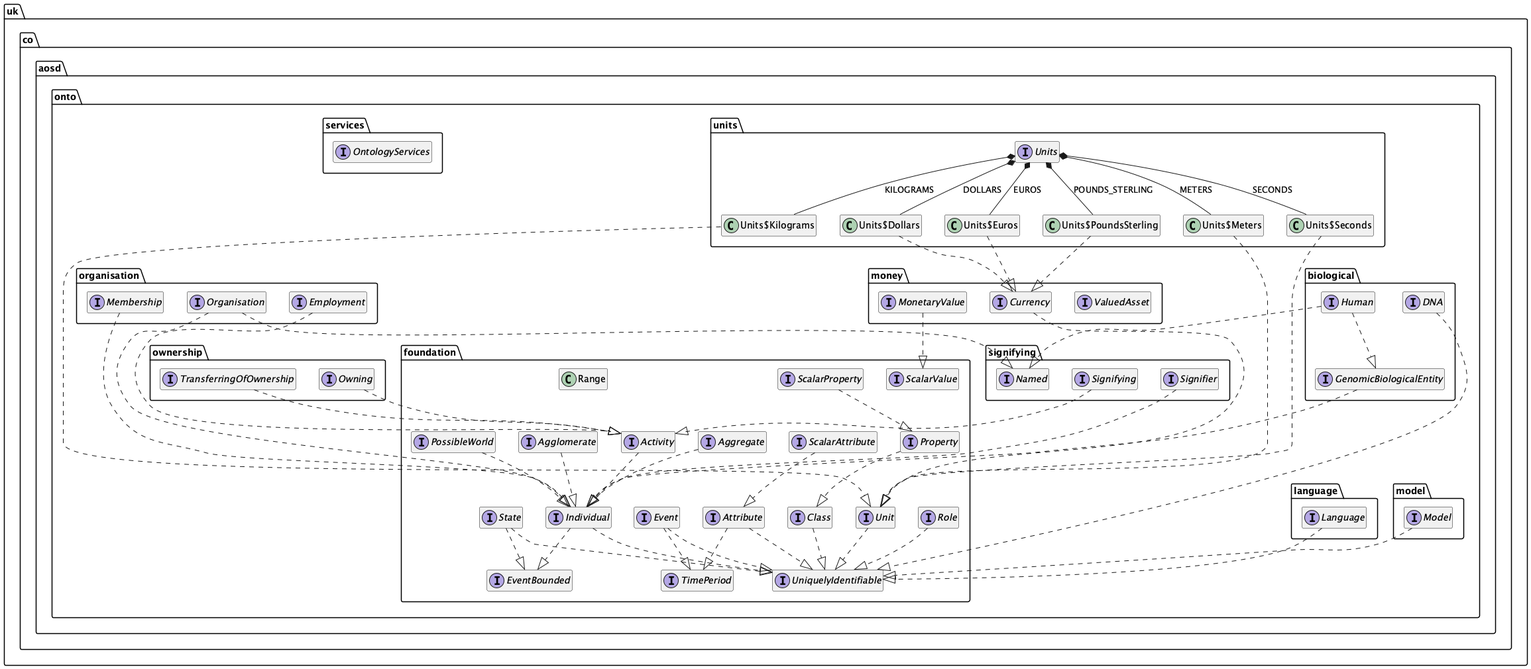
This is diagrams/uml.png from twalmsley/FoundationOntology, a PlantUML export, as it was before one commit.
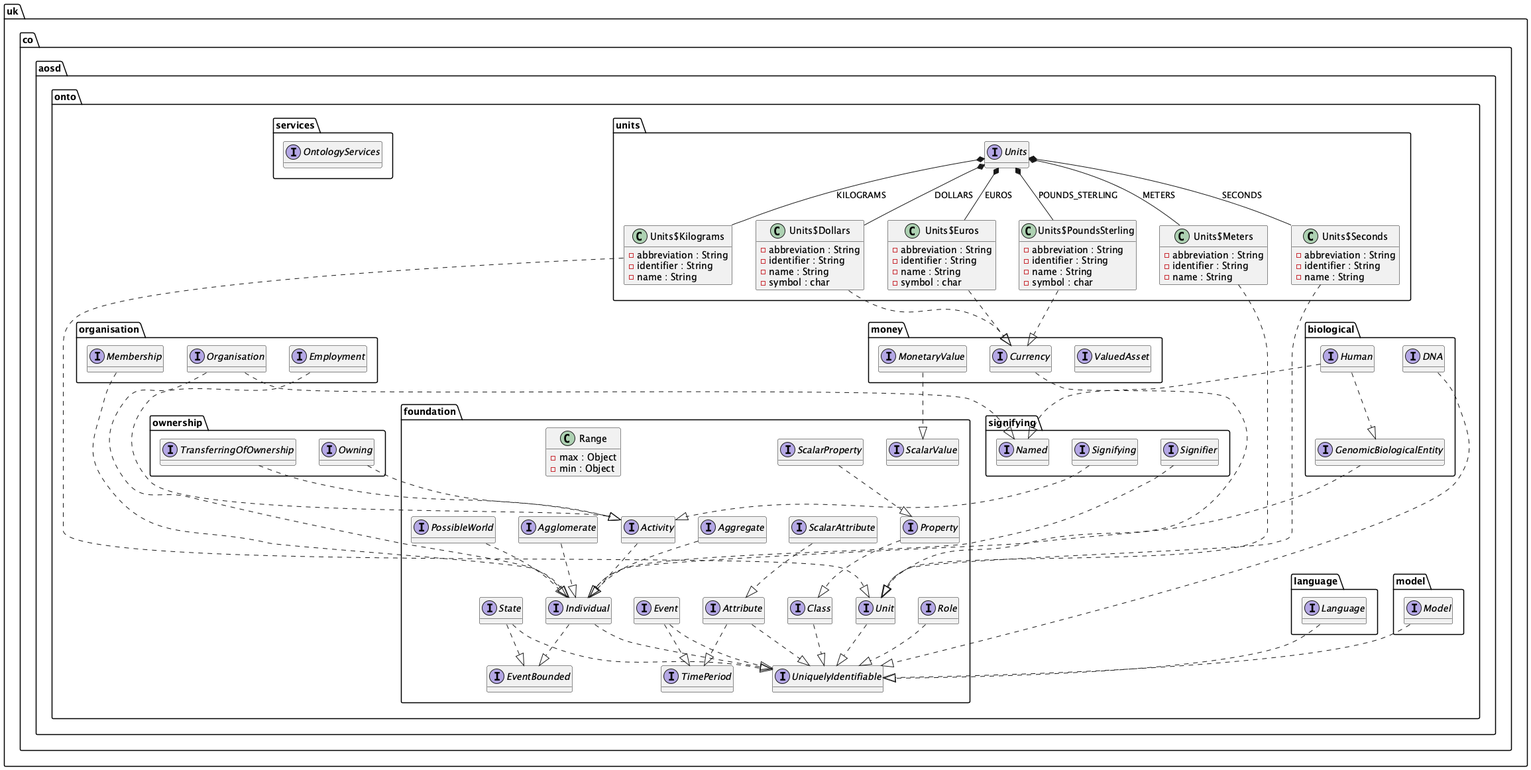
After the commit.

Commit message:
Update UML diagram.

Change to the diagram source:
```diff
@@ -50,6 +50,7 @@
 interface uk.co.aosd.onto.foundation.EventBounded {
 	{method}  {abstract} +beginning () : uk.co.aosd.onto.foundation.Event
 	{method}  {abstract} +ending () : uk.co.aosd.onto.foundation.Event
+	{method} +ensureValid ( paramEvent1 : uk.co.aosd.onto.foundation.Event , paramEvent2 : uk.co.aosd.onto.foundation.Event ) : void
 	{method} +range () : java.util.Optional
 }
 
@@ -106,6 +107,7 @@
 interface uk.co.aosd.onto.foundation.TimePeriod {
 	{method} +duration () : java.util.Optional
 	{method}  {static} +durationBetween ( paramInstant1 : java.time.Instant , paramInstant2 : java.time.Instant ) : java.util.Optional
+	{method} +ensureValid ( paramInstant1 : java.time.Instant , paramInstant2 : java.time.Instant ) : void
 	{method}  {abstract} +from () : java.time.Instant
 	{method}  {abstract} +to () : java.time.Instant
 }
@@ -358,7 +360,6 @@
 uk.co.aosd.onto.units.Units$PoundsSterling ..|>  uk.co.aosd.onto.money.Currency
 uk.co.aosd.onto.units.Units$Seconds ..|>  uk.co.aosd.onto.foundation.Unit
 
-hide fields
 hide methods
 hide null
 
```
